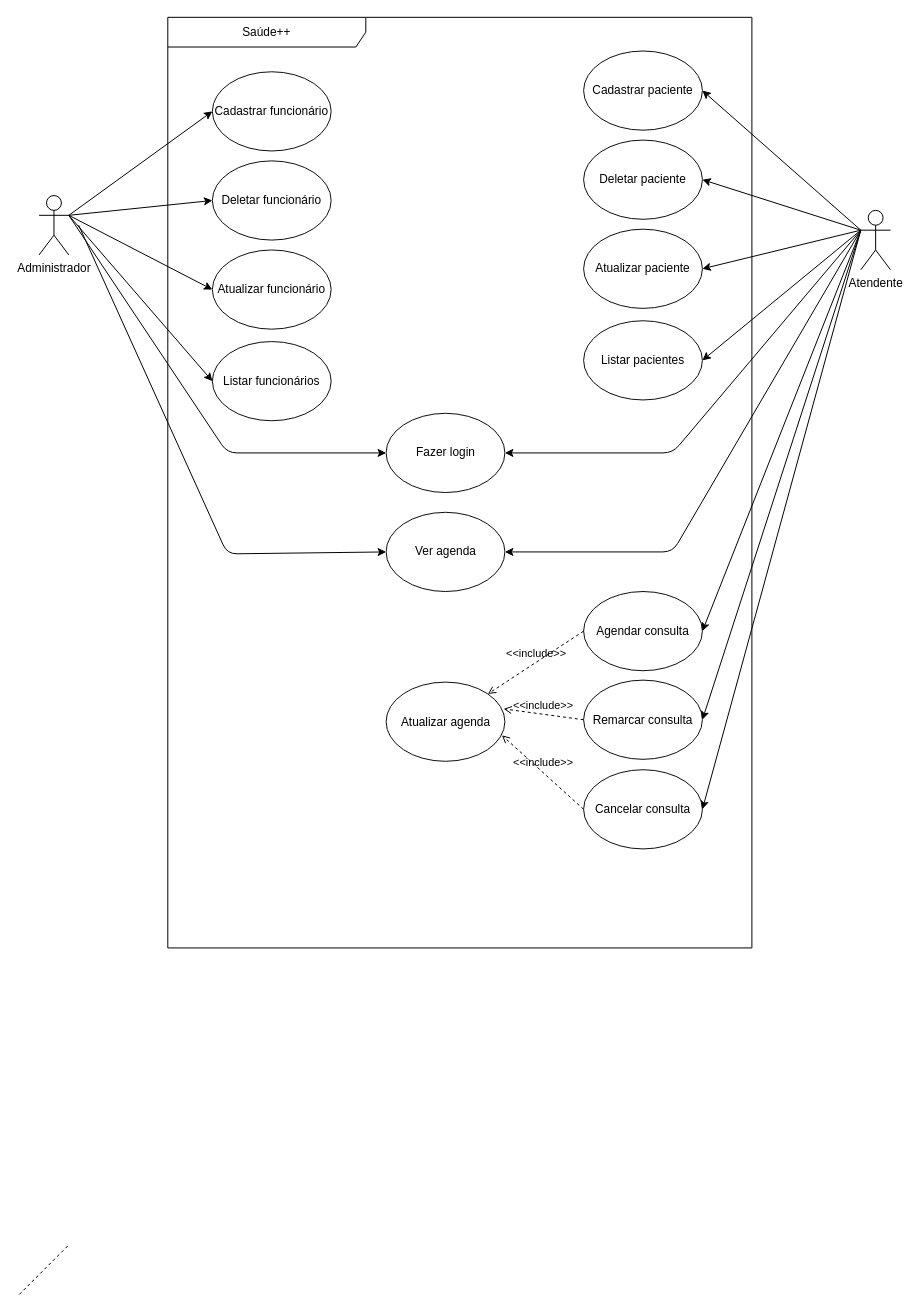
Before: Diagrama_casos_de_uso.drawio in psdsantos/Saudepp, a draw.io diagram. Source tidied: cells renumbered, new cells numbered last; positions are measured from the earlier drawing's top-left corner, leaving out a move shared by most shapes. Both pictures are drawn from the tidied source at 99%, with x=0, y=0 at pixel (19, 17).
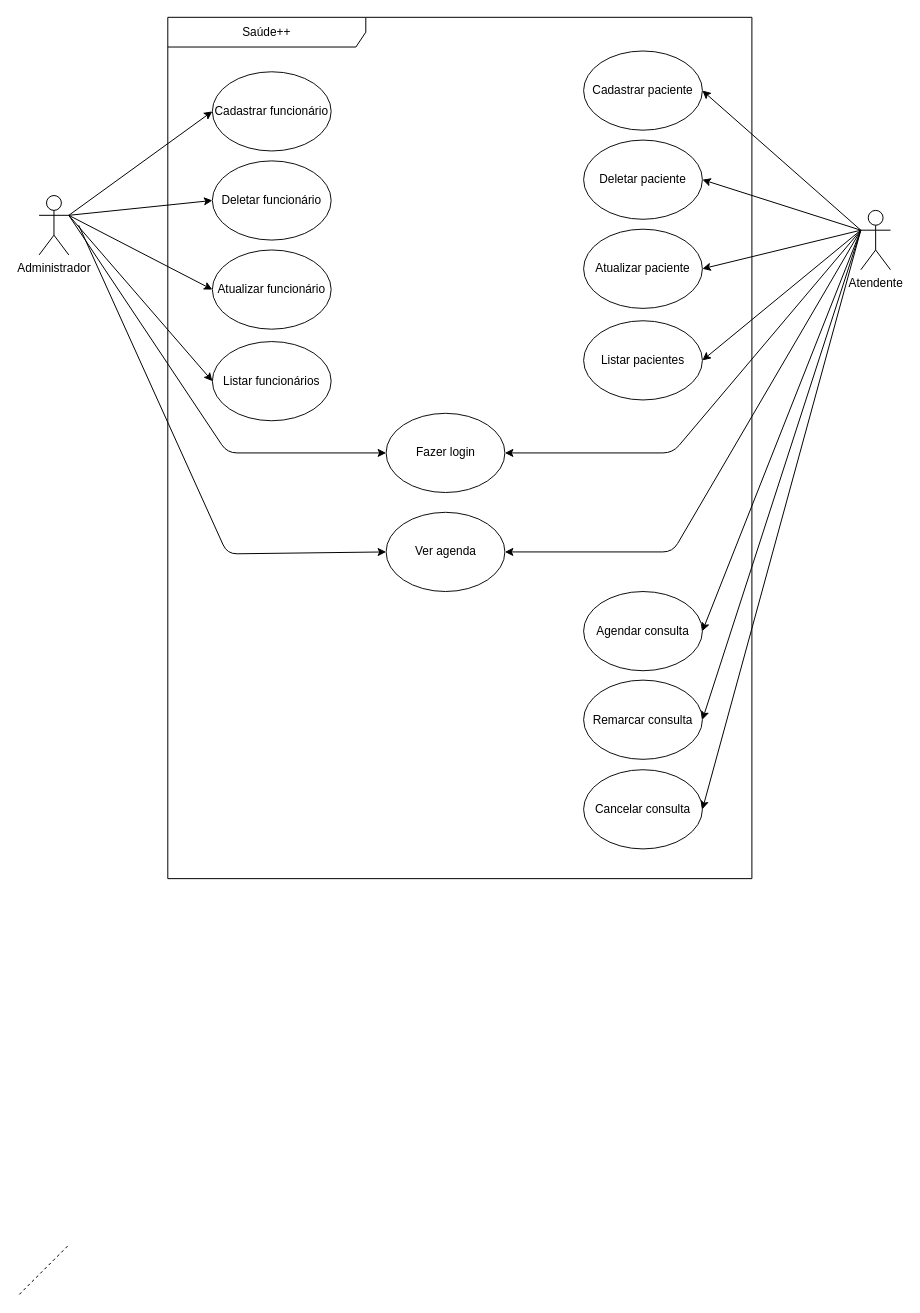
Above is the later version.

Unchanged cells that the change refers to:
```xml
<mxCell id="22" value="Agendar consulta" style="ellipse;whiteSpace=wrap;html=1;fillColor=none;strokeColor=#0D0D0D;fontColor=#000000;" parent="1" vertex="1">
  <mxGeometry x="570" y="580" width="120" height="80" as="geometry" />
</mxCell>
<mxCell id="23" value="Cancelar consulta" style="ellipse;whiteSpace=wrap;html=1;fillColor=none;strokeColor=#0D0D0D;fontColor=#000000;" parent="1" vertex="1">
  <mxGeometry x="570" y="760" width="120" height="80" as="geometry" />
</mxCell>
<mxCell id="24" value="Remarcar consulta" style="ellipse;whiteSpace=wrap;html=1;fillColor=none;strokeColor=#0D0D0D;fontColor=#000000;" parent="1" vertex="1">
  <mxGeometry x="570" y="669.5" width="120" height="80" as="geometry" />
</mxCell>
```

What changed in the source:
```diff
@@
     <mxCell id="3" value="&lt;font&gt;Saúde++&lt;/font&gt;" style="shape=umlFrame;whiteSpace=wrap;html=1;strokeWidth=1;fillColor=none;width=200;height=30;fontColor=#000000;strokeColor=#000000;" parent="1" vertex="1">
-      <mxGeometry x="150" width="590" height="940" as="geometry" />
+      <mxGeometry x="150" width="590" height="870" as="geometry" />
     </mxCell>
@@
-    <mxCell id="20" value="Atualizar agenda" style="ellipse;whiteSpace=wrap;html=1;fillColor=none;strokeColor=#0D0D0D;fontColor=#000000;" parent="1" vertex="1">
-      <mxGeometry x="370.5" y="671.5" width="120" height="80" as="geometry" />
-    </mxCell>
@@
-    <mxCell id="25" value="&amp;lt;&amp;lt;include&amp;gt;&amp;gt;" style="edgeStyle=none;html=1;endArrow=open;verticalAlign=bottom;dashed=1;labelBackgroundColor=none;fontColor=#000000;entryX=0.975;entryY=0.671;entryDx=0;entryDy=0;exitX=0;exitY=0.5;exitDx=0;exitDy=0;entryPerimeter=0;" parent="1" edge="1" source="23" target="20">
-      <mxGeometry relative="1" as="geometry" />
-    </mxCell>
-    <mxCell id="26" value="&amp;lt;&amp;lt;include&amp;gt;&amp;gt;" style="edgeStyle=none;html=1;endArrow=open;verticalAlign=bottom;dashed=1;labelBackgroundColor=none;fontColor=#000000;exitX=0;exitY=0.5;exitDx=0;exitDy=0;entryX=0.989;entryY=0.338;entryDx=0;entryDy=0;entryPerimeter=0;" parent="1" edge="1" source="24" target="20">
-      <mxGeometry relative="1" as="geometry" />
-    </mxCell>
-    <mxCell id="27" value="&amp;lt;&amp;lt;include&amp;gt;&amp;gt;" style="edgeStyle=none;html=1;endArrow=open;verticalAlign=bottom;dashed=1;labelBackgroundColor=none;fontColor=#000000;exitX=0;exitY=0.5;exitDx=0;exitDy=0;" parent="1" edge="1" source="22" target="20">
-      <mxGeometry relative="1" as="geometry" />
-    </mxCell>
```
